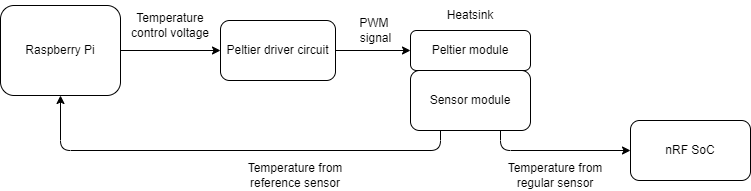
Above: Energy_harvester_iot/Diagrams/Temperature_jig.png in danielcarton/Masters (draw.io), before the change. Source tidied: cells renumbered, new cells last; positions are measured from the earlier drawing's top-left corner, leaving out a move shared by most shapes.
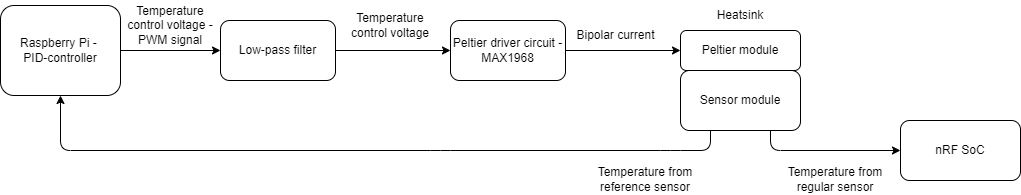
After the commit.

The edit, as a diff of the source:
```diff
@@ -2,56 +2,67 @@
   <root>
     <mxCell id="0" />
     <mxCell id="1" parent="0" />
-    <mxCell id="2" style="edgeStyle=none;html=1;exitX=1;exitY=0.5;exitDx=0;exitDy=0;entryX=0;entryY=0.5;entryDx=0;entryDy=0;" parent="1" edge="1" source="3" target="14">
-      <mxGeometry relative="1" as="geometry" />
-    </mxCell>
+    <mxCell id="16" style="edgeStyle=none;html=1;exitX=1;exitY=0.5;exitDx=0;exitDy=0;entryX=0;entryY=0.5;entryDx=0;entryDy=0;" parent="1" edge="1" source="3" target="18">
+      <mxGeometry relative="1" as="geometry" />
+    </mxCell>
-    <mxCell id="3" value="Raspberry Pi" style="rounded=1;whiteSpace=wrap;html=1;" parent="1" vertex="1">
-      <mxGeometry y="5" width="120" height="90" as="geometry" />
+    <mxCell id="3" value="Raspberry Pi -&amp;nbsp;&lt;br&gt;PID-controller" style="rounded=1;whiteSpace=wrap;html=1;" parent="1" vertex="1">
+      <mxGeometry x="70" y="75" width="120" height="90" as="geometry" />
     </mxCell>
     <mxCell id="4" style="edgeStyle=none;html=1;exitX=0.75;exitY=1;exitDx=0;exitDy=0;entryX=0;entryY=0.5;entryDx=0;entryDy=0;" parent="1" edge="1" source="6" target="8">
       <mxGeometry relative="1" as="geometry">
         <Array as="points">
-          <mxPoint x="500" y="150" />
+          <mxPoint x="840" y="220" />
         </Array>
       </mxGeometry>
     </mxCell>
     <mxCell id="5" style="edgeStyle=none;html=1;exitX=0.25;exitY=1;exitDx=0;exitDy=0;entryX=0.5;entryY=1;entryDx=0;entryDy=0;" parent="1" edge="1" source="6" target="3">
       <mxGeometry relative="1" as="geometry">
         <Array as="points">
-          <mxPoint x="440" y="150" />
-          <mxPoint x="60" y="150" />
+          <mxPoint x="780" y="220" />
+          <mxPoint x="740" y="220" />
+          <mxPoint x="510" y="220" />
+          <mxPoint x="130" y="220" />
         </Array>
       </mxGeometry>
     </mxCell>
     <mxCell id="6" value="Sensor module" style="rounded=1;whiteSpace=wrap;html=1;" parent="1" vertex="1">
-      <mxGeometry x="410" y="70" width="120" height="60" as="geometry" />
+      <mxGeometry x="750" y="140" width="120" height="60" as="geometry" />
     </mxCell>
     <mxCell id="7" value="Peltier module" style="rounded=1;whiteSpace=wrap;html=1;" parent="1" vertex="1">
-      <mxGeometry x="410" y="30" width="120" height="40" as="geometry" />
+      <mxGeometry x="750" y="100" width="120" height="40" as="geometry" />
     </mxCell>
     <mxCell id="8" value="nRF SoC" style="rounded=1;whiteSpace=wrap;html=1;" parent="1" vertex="1">
-      <mxGeometry x="630" y="120" width="120" height="60" as="geometry" />
+      <mxGeometry x="970" y="190" width="120" height="60" as="geometry" />
     </mxCell>
-    <mxCell id="9" value="Temperature control voltage" style="text;html=1;strokeColor=none;fillColor=none;align=center;verticalAlign=middle;whiteSpace=wrap;rounded=0;" parent="1" vertex="1">
-      <mxGeometry x="120" y="10" width="100" height="30" as="geometry" />
+    <mxCell id="9" value="Temperature control voltage - PWM signal" style="text;html=1;strokeColor=none;fillColor=none;align=center;verticalAlign=middle;whiteSpace=wrap;rounded=0;" parent="1" vertex="1">
+      <mxGeometry x="190" y="80" width="100" height="30" as="geometry" />
     </mxCell>
     <mxCell id="10" value="Temperature from reference sensor" style="text;html=1;strokeColor=none;fillColor=none;align=center;verticalAlign=middle;whiteSpace=wrap;rounded=0;" parent="1" vertex="1">
-      <mxGeometry x="240" y="160" width="110" height="30" as="geometry" />
+      <mxGeometry x="660" y="234" width="110" height="30" as="geometry" />
     </mxCell>
     <mxCell id="11" value="Temperature from regular sensor" style="text;html=1;strokeColor=none;fillColor=none;align=center;verticalAlign=middle;whiteSpace=wrap;rounded=0;" parent="1" vertex="1">
-      <mxGeometry x="500" y="160" width="110" height="30" as="geometry" />
+      <mxGeometry x="850" y="234" width="110" height="30" as="geometry" />
     </mxCell>
     <mxCell id="12" value="Heatsink" style="text;html=1;strokeColor=none;fillColor=none;align=center;verticalAlign=middle;whiteSpace=wrap;rounded=0;" parent="1" vertex="1">
-      <mxGeometry x="420" width="100" height="30" as="geometry" />
+      <mxGeometry x="760" y="70" width="100" height="30" as="geometry" />
     </mxCell>
     <mxCell id="13" style="edgeStyle=none;html=1;exitX=1;exitY=0.5;exitDx=0;exitDy=0;entryX=0;entryY=0.5;entryDx=0;entryDy=0;" parent="1" edge="1" source="14" target="7">
       <mxGeometry relative="1" as="geometry" />
     </mxCell>
-    <mxCell id="14" value="Peltier driver circuit" style="rounded=1;whiteSpace=wrap;html=1;" parent="1" vertex="1">
-      <mxGeometry x="220" y="20" width="115" height="60" as="geometry" />
+    <mxCell id="14" value="Peltier driver circuit - MAX1968" style="rounded=1;whiteSpace=wrap;html=1;" parent="1" vertex="1">
+      <mxGeometry x="520" y="90" width="115" height="60" as="geometry" />
     </mxCell>
-    <mxCell id="15" value="PWM &lt;br&gt;signal" style="text;html=1;align=center;verticalAlign=middle;strokeColor=none;fillColor=none;" parent="1" vertex="1">
-      <mxGeometry x="350" y="10" width="50" height="40" as="geometry" />
+    <mxCell id="15" value="Bipolar current" style="text;html=1;align=center;verticalAlign=middle;strokeColor=none;fillColor=none;" parent="1" vertex="1">
+      <mxGeometry x="635" y="90" width="100" height="30" as="geometry" />
     </mxCell>
+    <mxCell id="17" style="edgeStyle=none;html=1;exitX=1;exitY=0.5;exitDx=0;exitDy=0;entryX=0;entryY=0.5;entryDx=0;entryDy=0;" parent="1" edge="1" source="18" target="14">
+      <mxGeometry relative="1" as="geometry" />
+    </mxCell>
+    <mxCell id="18" value="Low-pass filter" style="rounded=1;whiteSpace=wrap;html=1;" parent="1" vertex="1">
+      <mxGeometry x="290" y="90" width="115" height="60" as="geometry" />
+    </mxCell>
+    <mxCell id="19" value="Temperature control voltage" style="text;html=1;strokeColor=none;fillColor=none;align=center;verticalAlign=middle;whiteSpace=wrap;rounded=0;" parent="1" vertex="1">
+      <mxGeometry x="410" y="80" width="100" height="30" as="geometry" />
+    </mxCell>
   </root>
 </mxGraphModel>
```
